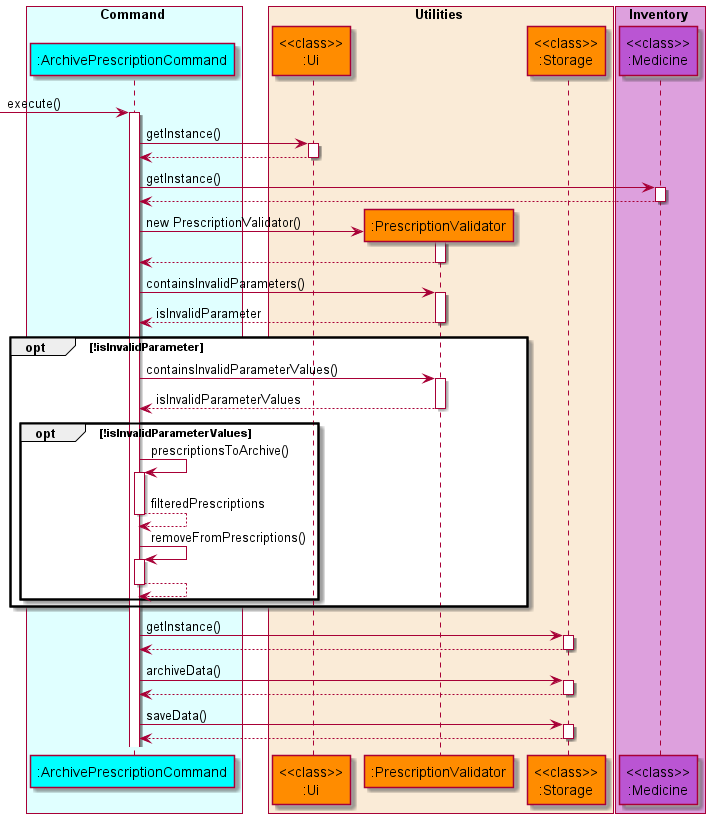
This is docs/diagrams/diagram_images/ArchivePrescriptionSequenceDiagram.png from nus-cs2113-AY2122S1/tp, a PlantUML export, as it was before one commit. Source of this version:
```plantuml
@startuml DeleteStockSequenceDiagram

!include style.puml

box Command COLOR_COMMAND_BOX
    participant ":ArchivePrescriptionCommand" as archivePrescription COLOR_COMMAND
end box

box Utilities COLOR_UTILITIES_BOX
    participant "<<class>>\n:Ui" as ui COLOR_UTILITIES
    participant ":PrescriptionValidator" as prescriptionValidator COLOR_UTILITIES
    participant "<<class>>\n:Storage" as storage COLOR_UTILITIES
end box

box Inventory COLOR_INVENTORY_BOX
    participant "<<class>>\n:Medicine" as medicine COLOR_INVENTORY
end box

autoactivate on

-> archivePrescription: execute()
archivePrescription -> ui : getInstance()
archivePrescription <-- ui
archivePrescription -> medicine : getInstance()
archivePrescription <-- medicine
create prescriptionValidator
archivePrescription -> prescriptionValidator: new PrescriptionValidator()
archivePrescription <-- prescriptionValidator
archivePrescription -> prescriptionValidator : containsInvalidParameters()
archivePrescription <-- prescriptionValidator : isInvalidParameter

opt !isInvalidParameter
    archivePrescription -> prescriptionValidator : containsInvalidParameterValues()
    archivePrescription <-- prescriptionValidator : isInvalidParameterValues
    opt !isInvalidParameterValues
        archivePrescription -> archivePrescription : prescriptionsToArchive()
        archivePrescription --> archivePrescription : filteredPrescriptions
        archivePrescription -> archivePrescription : removeFromPrescriptions()
        archivePrescription --> archivePrescription
    end
end
archivePrescription -> storage : getInstance()
archivePrescription <-- storage
archivePrescription -> storage : archiveData()
archivePrescription <-- storage
archivePrescription -> storage: saveData()
archivePrescription <-- storage
@enduml
```
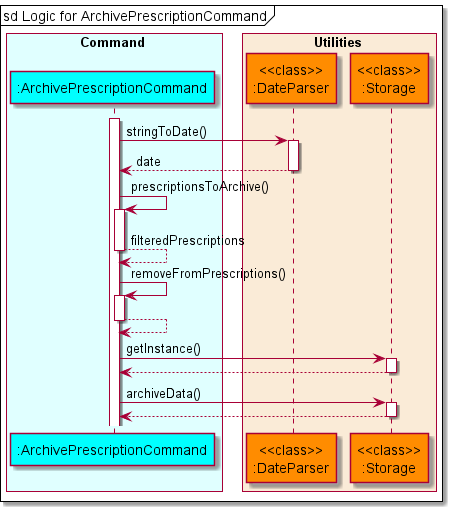
After the change.

Commit message:
Update sequence diagrram in DG and removal of redundant checking in deletestock

The edit, as a diff of the source:
```diff
@@ -7,42 +7,21 @@
 end box
 
 box Utilities COLOR_UTILITIES_BOX
-    participant "<<class>>\n:Ui" as ui COLOR_UTILITIES
-    participant ":PrescriptionValidator" as prescriptionValidator COLOR_UTILITIES
+    participant "<<class>>\n:DateParser" as dateParser COLOR_UTILITIES
     participant "<<class>>\n:Storage" as storage COLOR_UTILITIES
 end box
 
-box Inventory COLOR_INVENTORY_BOX
-    participant "<<class>>\n:Medicine" as medicine COLOR_INVENTORY
-end box
-
+mainFrame sd Logic for ArchivePrescriptionCommand
 autoactivate on
-
--> archivePrescription: execute()
-archivePrescription -> ui : getInstance()
-archivePrescription <-- ui
-archivePrescription -> medicine : getInstance()
-archivePrescription <-- medicine
-create prescriptionValidator
-archivePrescription -> prescriptionValidator: new PrescriptionValidator()
-archivePrescription <-- prescriptionValidator
-archivePrescription -> prescriptionValidator : containsInvalidParameters()
-archivePrescription <-- prescriptionValidator : isInvalidParameter
-
-opt !isInvalidParameter
-    archivePrescription -> prescriptionValidator : containsInvalidParameterValues()
-    archivePrescription <-- prescriptionValidator : isInvalidParameterValues
-    opt !isInvalidParameterValues
-        archivePrescription -> archivePrescription : prescriptionsToArchive()
-        archivePrescription --> archivePrescription : filteredPrescriptions
-        archivePrescription -> archivePrescription : removeFromPrescriptions()
-        archivePrescription --> archivePrescription
-    end
-end
+activate archivePrescription
+archivePrescription -> dateParser : stringToDate()
+archivePrescription <-- dateParser : date
+archivePrescription -> archivePrescription : prescriptionsToArchive()
+archivePrescription --> archivePrescription : filteredPrescriptions
+archivePrescription -> archivePrescription : removeFromPrescriptions()
+archivePrescription --> archivePrescription
 archivePrescription -> storage : getInstance()
 archivePrescription <-- storage
 archivePrescription -> storage : archiveData()
 archivePrescription <-- storage
-archivePrescription -> storage: saveData()
-archivePrescription <-- storage
 @enduml
```
